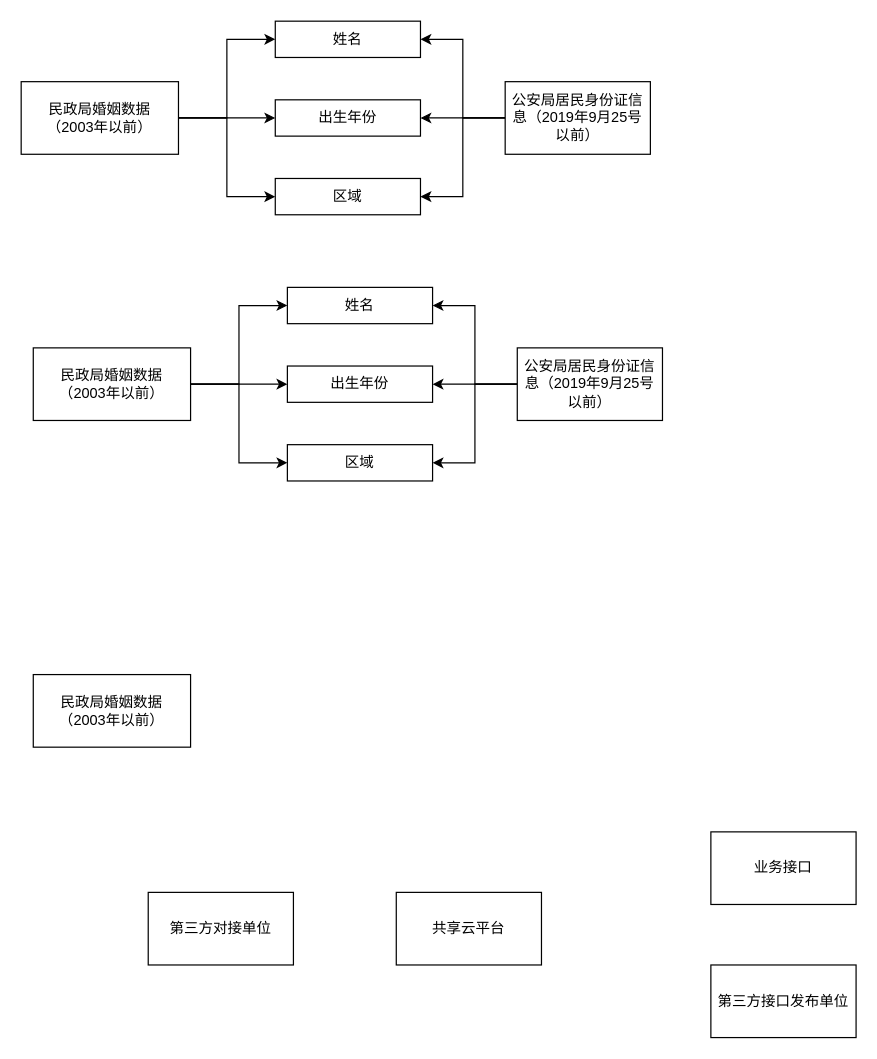
The draw.io diagram page "Page-2" (2 of 2) of Untitled Diagram.drawio in Fun2EveryDay/TestProject, before the edit. Source tidied: cells renumbered, new cells numbered last; positions are measured from the earlier drawing's top-left corner, leaving out a move shared by most shapes. Both pictures are drawn from the tidied source at 121%, with x=0, y=0 at pixel (21, 21).
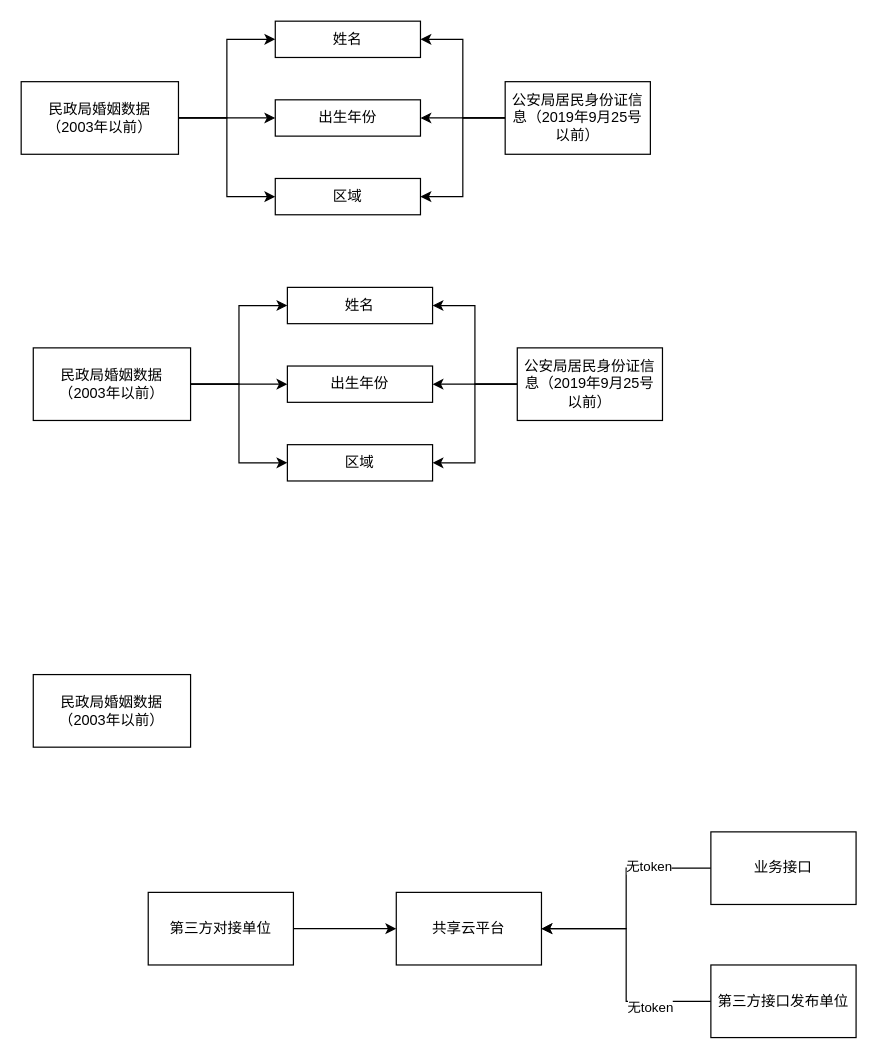
Above is the later version.

Unchanged cells that the change refers to:
```xml
<mxCell id="25" value="第三方对接单位" style="rounded=0;whiteSpace=wrap;html=1;" parent="1" vertex="1">
  <mxGeometry x="105" y="720" width="120" height="60" as="geometry" />
</mxCell>
<mxCell id="26" value="共享云平台" style="rounded=0;whiteSpace=wrap;html=1;" parent="1" vertex="1">
  <mxGeometry x="310" y="720" width="120" height="60" as="geometry" />
</mxCell>
<mxCell id="27" value="业务接口" style="rounded=0;whiteSpace=wrap;html=1;" parent="1" vertex="1">
  <mxGeometry x="570" y="670" width="120" height="60" as="geometry" />
</mxCell>
<mxCell id="28" value="第三方接口发布单位" style="rounded=0;whiteSpace=wrap;html=1;" parent="1" vertex="1">
  <mxGeometry x="570" y="780" width="120" height="60" as="geometry" />
</mxCell>
```

The edit, as a diff of the source:
```diff
@@
+    <mxCell id="29" style="edgeStyle=orthogonalEdgeStyle;rounded=0;jettySize=auto;html=1;entryX=0;entryY=0.5;entryDx=0;entryDy=0;" parent="1" edge="1" source="25" target="26">
+      <mxGeometry relative="1" as="geometry">
+        <Array as="points">
+          <mxPoint x="280" y="750" />
+          <mxPoint x="280" y="750" />
+        </Array>
+      </mxGeometry>
+    </mxCell>
@@
+    <mxCell id="30" style="edgeStyle=orthogonalEdgeStyle;rounded=0;jettySize=auto;html=1;exitX=0;exitY=0.5;exitDx=0;exitDy=0;entryX=1;entryY=0.5;entryDx=0;entryDy=0;" parent="1" edge="1" source="27" target="26">
+      <mxGeometry relative="1" as="geometry" />
+    </mxCell>
+    <mxCell id="31" value="无token" style="edgeLabel;html=1;align=center;verticalAlign=middle;" parent="30" vertex="1">
+      <mxGeometry x="-0.45" y="-2" relative="1" as="geometry" />
+    </mxCell>
@@
+    <mxCell id="32" style="edgeStyle=orthogonalEdgeStyle;rounded=0;jettySize=auto;html=1;exitX=0;exitY=0.5;exitDx=0;exitDy=0;entryX=1;entryY=0.5;entryDx=0;entryDy=0;" parent="1" edge="1" source="28" target="26">
+      <mxGeometry relative="1" as="geometry" />
+    </mxCell>
+    <mxCell id="33" value="无token" style="edgeLabel;html=1;align=center;verticalAlign=middle;" parent="32" vertex="1">
+      <mxGeometry x="-0.49" y="4" relative="1" as="geometry" />
+    </mxCell>
```
